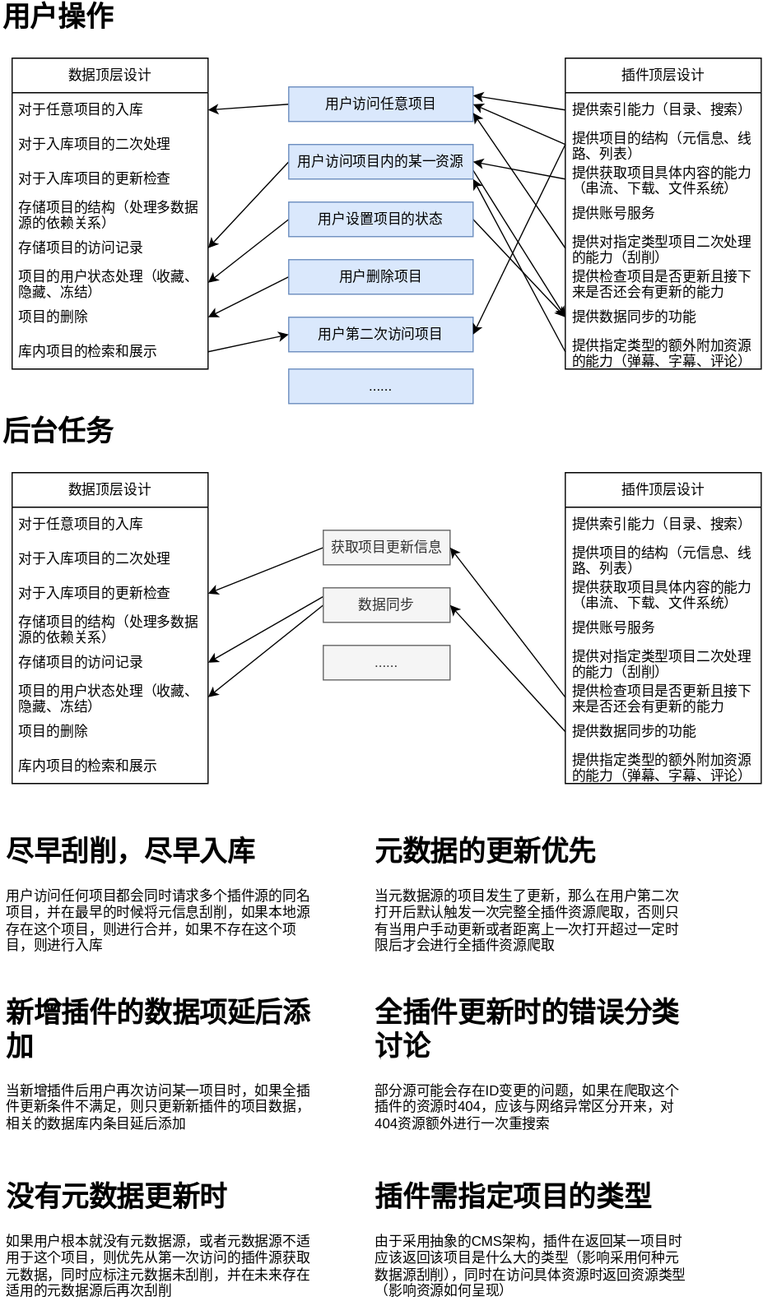
Earlier version of the draw.io export .github/resource/workflow.svg (easybangumiorg/EasyBangumi). Source tidied: cells renumbered, new cells last; positions are measured from the earlier drawing's top-left corner, leaving out a move shared by most shapes.
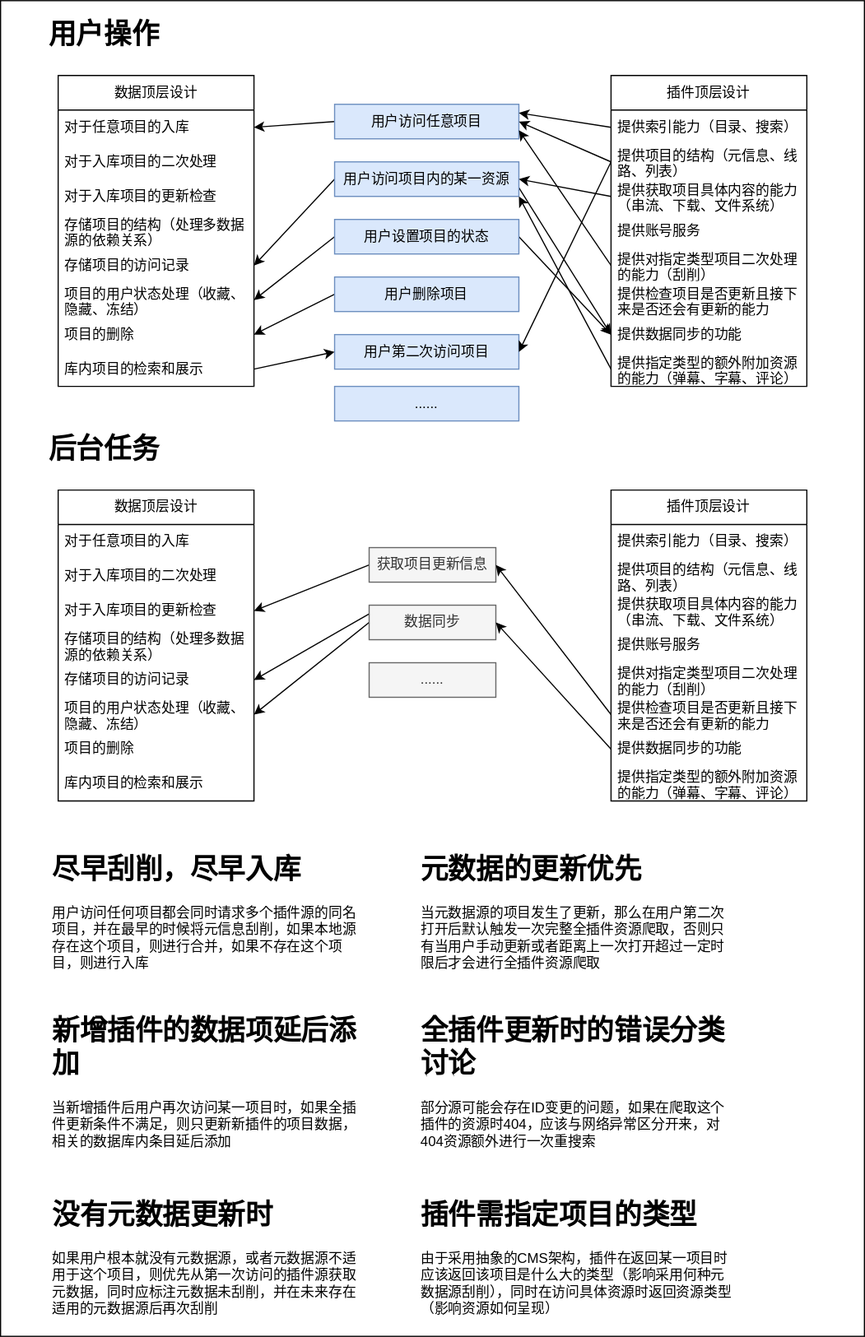
After the change.

What changed in the source:
```diff
@@ -1,7 +1,10 @@
-<mxGraphModel>
+<mxGraphModel background="#ffffff">
   <root>
     <mxCell id="0" />
     <mxCell id="1" parent="0" />
+    <mxCell id="73" style="rounded=0;whiteSpace=wrap;html=1;" parent="1" vertex="1">
+      <mxGeometry x="-40" y="-15" width="750" height="1160" as="geometry" />
+    </mxCell>
     <mxCell id="2" value="数据顶层设计" style="swimlane;fontStyle=0;horizontal=1;startSize=30;whiteSpace=wrap;html=1;" parent="1" vertex="1">
       <mxGeometry x="10" y="410" width="170" height="270" as="geometry" />
     </mxCell>
```
